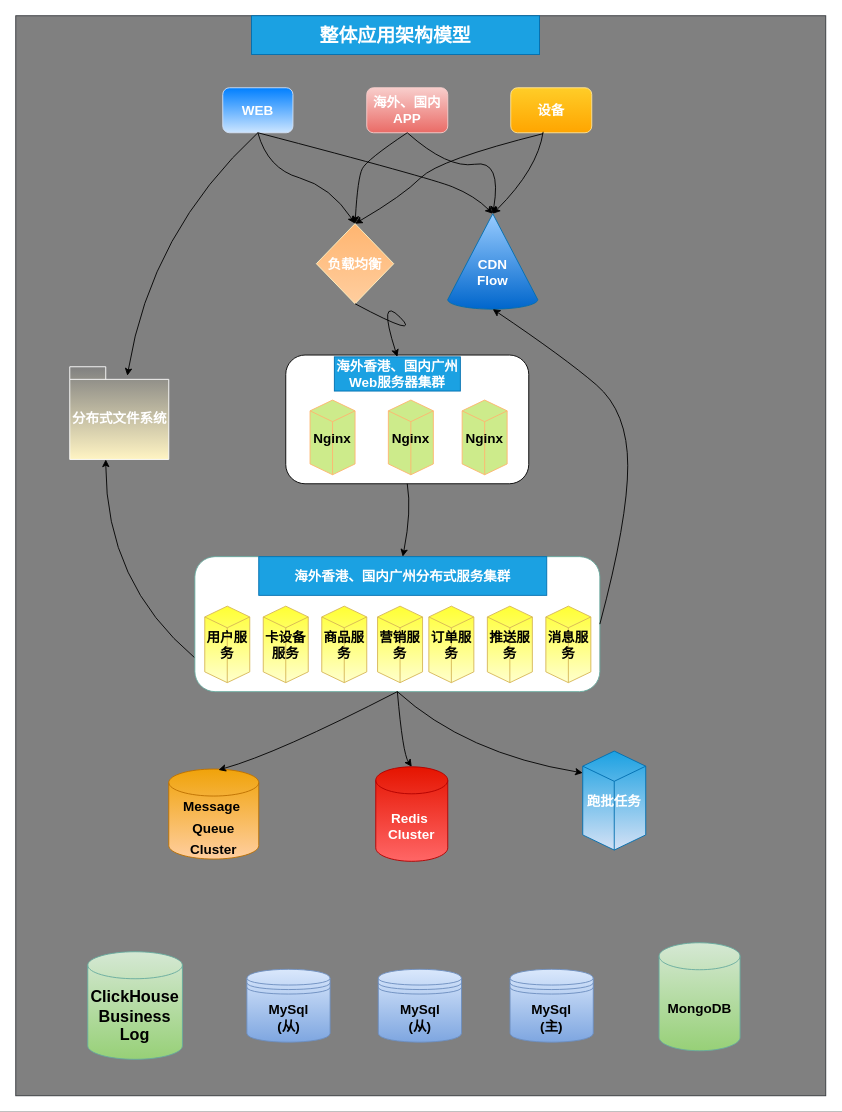
Above: cloudbirds/整体全景应用架构模型3.0.drawio in luoyongshun/framework (draw.io), before the change. Source tidied: cells renumbered, new cells numbered last; positions are measured from the earlier drawing's top-left corner, leaving out a move shared by most shapes. Both pictures are drawn from the tidied source at 90%, with x=0, y=0 at pixel (15, 15).
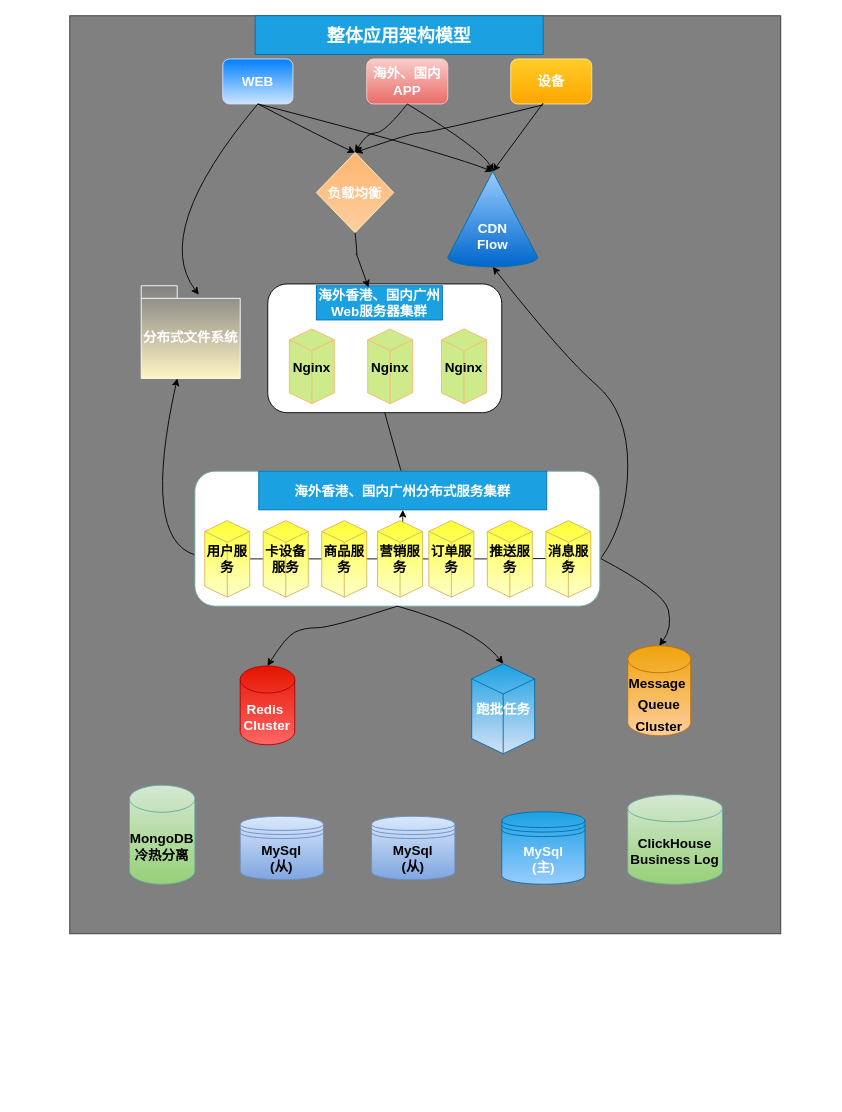
After the change.

Commit message (it also covers changes not shown here):
更新整体全景应用架构模型3.0.drawio

Change to the diagram source:
```diff
@@
     <mxCell id="2" style="rounded=0;whiteSpace=wrap;html=1;fillColor=#808080;strokeColor=#36393d;" parent="1" vertex="1">
-      <mxGeometry width="900" height="1200" as="geometry" />
+      <mxGeometry x="60" width="790" height="1020" as="geometry" />
     </mxCell>
     <mxCell id="3" value="海外、国内APP" style="rounded=1;whiteSpace=wrap;html=1;fillColor=#f8cecc;gradientColor=#ea6b66;strokeColor=#F8CECC;fontStyle=1;fontSize=15;fontColor=#FFFFFF;" parent="1" vertex="1">
-      <mxGeometry x="390" y="80" width="90" height="50" as="geometry" />
+      <mxGeometry x="390" y="48" width="90" height="50" as="geometry" />
     </mxCell>
     <mxCell id="4" value="WEB" style="rounded=1;whiteSpace=wrap;html=1;fillColor=#007FFF;gradientColor=#CCE5FF;strokeColor=#D4E1F5;fontStyle=1;fontSize=15;fontColor=#FFFFFF;" parent="1" vertex="1">
-      <mxGeometry x="230" y="80" width="78" height="50" as="geometry" />
+      <mxGeometry x="230" y="48" width="78" height="50" as="geometry" />
     </mxCell>
-    <mxCell id="5" value="&lt;font size=&quot;1&quot; color=&quot;#ffffff&quot;&gt;&lt;b style=&quot;font-size: 15px;&quot;&gt;负载均衡&lt;/b&gt;&lt;/font&gt;" style="rhombus;whiteSpace=wrap;html=1;fillColor=#FFB570;gradientColor=#FFCE9F;strokeColor=#FFF4C3;" parent="1" vertex="1">
-      <mxGeometry x="334" y="231" width="86" height="89" as="geometry" />
+    <mxCell id="5" value="&lt;font color=&quot;#ffffff&quot; style=&quot;font-size: 15px;&quot;&gt;&lt;b style=&quot;font-size: 15px;&quot;&gt;负载均衡&lt;/b&gt;&lt;/font&gt;" style="rhombus;whiteSpace=wrap;html=1;fillColor=#FFB570;gradientColor=#FFCE9F;strokeColor=#FFF4C3;fontSize=15;" parent="1" vertex="1">
+      <mxGeometry x="334" y="152" width="86" height="89" as="geometry" />
     </mxCell>
     <mxCell id="6" style="rounded=1;whiteSpace=wrap;html=1;fontColor=#FFFFFF;fillColor=#FFFFFF;" parent="1" vertex="1">
-      <mxGeometry x="300" y="377" width="270" height="143" as="geometry" />
+      <mxGeometry x="280" y="298" width="260" height="143" as="geometry" />
     </mxCell>
     <mxCell id="7" value="&lt;font style=&quot;font-size: 15px;&quot;&gt;海外香港、国内广州Web服务器集群&lt;/font&gt;" style="text;html=1;strokeColor=#006EAF;fillColor=#1ba1e2;align=center;verticalAlign=middle;whiteSpace=wrap;rounded=0;fontColor=#ffffff;fontStyle=1;" parent="1" vertex="1">
-      <mxGeometry x="354" y="379" width="140" height="38" as="geometry" />
+      <mxGeometry x="334" y="300" width="140" height="38" as="geometry" />
     </mxCell>
     <mxCell id="8" value="Nginx" style="html=1;whiteSpace=wrap;shape=isoCube2;backgroundOutline=1;isoAngle=15;fontSize=15;fillColor=#cdeb8b;strokeColor=#FFB570;fontStyle=1;" parent="1" vertex="1">
-      <mxGeometry x="327" y="427" width="50" height="83" as="geometry" />
+      <mxGeometry x="304" y="348" width="50" height="83" as="geometry" />
     </mxCell>
     <mxCell id="9" value="Nginx" style="html=1;whiteSpace=wrap;shape=isoCube2;backgroundOutline=1;isoAngle=15;fontSize=15;fillColor=#cdeb8b;strokeColor=#FFB570;fontStyle=1;" parent="1" vertex="1">
-      <mxGeometry x="496" y="427" width="50" height="83" as="geometry" />
+      <mxGeometry x="473" y="348" width="50" height="83" as="geometry" />
     </mxCell>
@@
-    <mxCell id="11" style="curved=1;endArrow=classic;html=1;rounded=0;fontSize=15;fontColor=#000000;entryX=0.364;entryY=1;entryDx=0;entryDy=0;entryPerimeter=0;exitX=0;exitY=0.75;exitDx=0;exitDy=0;" parent="1" edge="1" source="12" target="35">
+    <mxCell id="11" style="curved=1;endArrow=classic;html=1;rounded=0;fontSize=15;fontColor=#000000;entryX=0.364;entryY=1;entryDx=0;entryDy=0;entryPerimeter=0;exitX=0;exitY=0.62;exitDx=0;exitDy=0;exitPerimeter=0;" parent="1" edge="1" source="12" target="35">
       <mxGeometry relative="1" as="geometry">
         <Array as="points">
-          <mxPoint x="100" y="630" />
+          <mxPoint x="140" y="581" />
         </Array>
       </mxGeometry>
     </mxCell>
     <mxCell id="12" style="rounded=1;whiteSpace=wrap;html=1;strokeColor=#67AB9F;fontSize=15;fontColor=#000000;fillColor=#FFFFFF;" parent="1" vertex="1">
-      <mxGeometry x="199" y="601" width="450" height="150" as="geometry" />
+      <mxGeometry x="199" y="506" width="450" height="150" as="geometry" />
     </mxCell>
     <mxCell id="13" value="海外香港、国内广州分布式服务集群" style="text;html=1;strokeColor=#006EAF;fillColor=#1ba1e2;align=center;verticalAlign=middle;whiteSpace=wrap;rounded=0;fontSize=15;fontColor=#ffffff;fontStyle=1;" parent="1" vertex="1">
-      <mxGeometry x="270" y="601" width="320" height="43" as="geometry" />
+      <mxGeometry x="270" y="506" width="320" height="43" as="geometry" />
     </mxCell>
+    <mxCell id="47" style="edgeStyle=orthogonalEdgeStyle;rounded=0;jettySize=auto;html=1;fontSize=15;fontColor=#FFFFFF;" parent="1" edge="1" source="14" target="13">
+      <mxGeometry relative="1" as="geometry" />
+    </mxCell>
     <mxCell id="14" value="用户服务" style="html=1;whiteSpace=wrap;shape=isoCube2;backgroundOutline=1;isoAngle=15;fontSize=15;fillColor=#FFFF33;strokeColor=#d6b656;fontStyle=1;gradientColor=#FFFFCC;" parent="1" vertex="1">
-      <mxGeometry x="210" y="656" width="50" height="85" as="geometry" />
+      <mxGeometry x="210" y="561" width="50" height="85" as="geometry" />
     </mxCell>
     <mxCell id="15" value="卡设备服务" style="html=1;whiteSpace=wrap;shape=isoCube2;backgroundOutline=1;isoAngle=15;fontSize=15;fillColor=#FFFF33;strokeColor=#d6b656;fontStyle=1;gradientColor=#FFFFCC;" parent="1" vertex="1">
-      <mxGeometry x="275" y="656" width="50" height="85" as="geometry" />
+      <mxGeometry x="275" y="561" width="50" height="85" as="geometry" />
     </mxCell>
     <mxCell id="16" value="商品服务" style="html=1;whiteSpace=wrap;shape=isoCube2;backgroundOutline=1;isoAngle=15;fontSize=15;fillColor=#FFFF33;strokeColor=#d6b656;fontStyle=1;gradientColor=#FFFFCC;" parent="1" vertex="1">
-      <mxGeometry x="340" y="656" width="50" height="85" as="geometry" />
+      <mxGeometry x="340" y="561" width="50" height="85" as="geometry" />
     </mxCell>
+    <mxCell id="48" style="edgeStyle=orthogonalEdgeStyle;rounded=0;jettySize=auto;html=1;fontSize=15;fontColor=#FFFFFF;entryX=0.5;entryY=0.494;entryDx=0;entryDy=0;entryPerimeter=0;" parent="1" edge="1" source="17" target="20">
+      <mxGeometry relative="1" as="geometry" />
+    </mxCell>
     <mxCell id="17" value="营销服务" style="html=1;whiteSpace=wrap;shape=isoCube2;backgroundOutline=1;isoAngle=15;fontSize=15;fillColor=#FFFF33;strokeColor=#d6b656;fontStyle=1;gradientColor=#FFFFCC;" parent="1" vertex="1">
-      <mxGeometry x="402" y="656" width="50" height="85" as="geometry" />
+      <mxGeometry x="402" y="561" width="50" height="85" as="geometry" />
     </mxCell>
     <mxCell id="18" value="订单服务" style="html=1;whiteSpace=wrap;shape=isoCube2;backgroundOutline=1;isoAngle=15;fontSize=15;fillColor=#FFFF33;strokeColor=#d6b656;fontStyle=1;gradientColor=#FFFFCC;" parent="1" vertex="1">
-      <mxGeometry x="459" y="656" width="50" height="85" as="geometry" />
+      <mxGeometry x="459" y="561" width="50" height="85" as="geometry" />
     </mxCell>
     <mxCell id="19" value="推送服务" style="html=1;whiteSpace=wrap;shape=isoCube2;backgroundOutline=1;isoAngle=15;fontSize=15;fillColor=#FFFF33;strokeColor=#d6b656;fontStyle=1;gradientColor=#FFFFCC;" parent="1" vertex="1">
-      <mxGeometry x="524" y="656" width="50" height="85" as="geometry" />
+      <mxGeometry x="524" y="561" width="50" height="85" as="geometry" />
     </mxCell>
     <mxCell id="20" value="消息服务" style="html=1;whiteSpace=wrap;shape=isoCube2;backgroundOutline=1;isoAngle=15;fontSize=15;fillColor=#FFFF33;strokeColor=#d6b656;fontStyle=1;gradientColor=#FFFFCC;" parent="1" vertex="1">
-      <mxGeometry x="589" y="656" width="50" height="85" as="geometry" />
+      <mxGeometry x="589" y="561" width="50" height="85" as="geometry" />
     </mxCell>
     <mxCell id="21" value="MySql&lt;br&gt;(从)" style="shape=datastore;whiteSpace=wrap;html=1;strokeColor=#6c8ebf;fontSize=15;fillColor=#dae8fc;gradientColor=#7ea6e0;fontStyle=1;" parent="1" vertex="1">
-      <mxGeometry x="256.8" y="1059.5" width="92.5" height="81" as="geometry" />
+      <mxGeometry x="249.4" y="889.5" width="92.5" height="70.5" as="geometry" />
     </mxCell>
-    <mxCell id="22" value="MongoDB" style="shape=cylinder3;whiteSpace=wrap;html=1;boundedLbl=1;backgroundOutline=1;size=15;fontSize=15;fillColor=#d5e8d4;strokeColor=#67AB9F;gradientColor=#97d077;fontStyle=1;" parent="1" vertex="1">
-      <mxGeometry x="714.8" y="1030" width="90" height="120" as="geometry" />
+    <mxCell id="22" value="MongoDB&lt;br&gt;冷热分离" style="shape=cylinder3;whiteSpace=wrap;html=1;boundedLbl=1;backgroundOutline=1;size=15;fontSize=15;fillColor=#d5e8d4;strokeColor=#67AB9F;gradientColor=#97d077;fontStyle=1;" parent="1" vertex="1">
+      <mxGeometry x="126.4" y="855" width="72.6" height="110" as="geometry" />
     </mxCell>
     <mxCell id="23" value="&lt;font style=&quot;font-size: 15px;&quot;&gt;跑批任务&lt;/font&gt;" style="html=1;whiteSpace=wrap;shape=isoCube2;backgroundOutline=1;isoAngle=15;fontSize=15;fillColor=#1ba1e2;strokeColor=#006EAF;fontStyle=1;fontColor=#ffffff;gradientColor=#D4E1F5;" parent="1" vertex="1">
-      <mxGeometry x="630" y="817" width="70" height="110" as="geometry" />
+      <mxGeometry x="506.6" y="720" width="70" height="100" as="geometry" />
     </mxCell>
-    <mxCell id="24" value="&lt;font style=&quot;font-size: 18px;&quot;&gt;ClickHouse&lt;br&gt;Business Log&lt;/font&gt;" style="shape=cylinder3;whiteSpace=wrap;html=1;boundedLbl=1;backgroundOutline=1;size=15;fontSize=15;fillColor=#d5e8d4;strokeColor=#67AB9F;gradientColor=#97d077;fontStyle=1;" parent="1" vertex="1">
-      <mxGeometry x="80" y="1040" width="105.2" height="119.5" as="geometry" />
+    <mxCell id="24" value="&lt;font style=&quot;font-size: 15px;&quot;&gt;ClickHouse&lt;br&gt;Business Log&lt;/font&gt;" style="shape=cylinder3;whiteSpace=wrap;html=1;boundedLbl=1;backgroundOutline=1;size=15;fontSize=15;fillColor=#d5e8d4;strokeColor=#67AB9F;gradientColor=#97d077;fontStyle=1;" parent="1" vertex="1">
+      <mxGeometry x="680" y="865.5" width="105.2" height="99.5" as="geometry" />
     </mxCell>
     <mxCell id="25" value="&lt;font style=&quot;font-size: 15px;&quot;&gt;&lt;span style=&quot;font-size: 15px;&quot;&gt;设备&lt;/span&gt;&lt;/font&gt;" style="rounded=1;whiteSpace=wrap;html=1;fillColor=#ffcd28;gradientColor=#ffa500;strokeColor=#FFE599;fontStyle=1;fontSize=15;fontColor=#FFFFFF;" parent="1" vertex="1">
-      <mxGeometry x="550" y="80" width="90" height="50" as="geometry" />
+      <mxGeometry x="550" y="48" width="90" height="50" as="geometry" />
     </mxCell>
     <mxCell id="26" value="MySql&lt;br style=&quot;border-color: var(--border-color);&quot;&gt;(从)" style="shape=datastore;whiteSpace=wrap;html=1;strokeColor=#6c8ebf;fontSize=15;fillColor=#dae8fc;gradientColor=#7ea6e0;fontStyle=1;" parent="1" vertex="1">
-      <mxGeometry x="402.8" y="1059.5" width="92.5" height="81" as="geometry" />
+      <mxGeometry x="395.4" y="889.5" width="92.5" height="70.5" as="geometry" />
     </mxCell>
-    <mxCell id="27" value="MySql&lt;br style=&quot;border-color: var(--border-color);&quot;&gt;(主)" style="shape=datastore;whiteSpace=wrap;html=1;strokeColor=#6c8ebf;fontSize=15;fillColor=#dae8fc;gradientColor=#7ea6e0;fontStyle=1;" parent="1" vertex="1">
-      <mxGeometry x="549.2" y="1059.5" width="92.5" height="81" as="geometry" />
+    <mxCell id="27" value="MySql&lt;br style=&quot;border-color: var(--border-color);&quot;&gt;(主)" style="shape=datastore;whiteSpace=wrap;html=1;strokeColor=#006EAF;fontSize=15;fillColor=#1ba1e2;fontStyle=1;fontColor=#ffffff;gradientColor=#99CCFF;" parent="1" vertex="1">
+      <mxGeometry x="540" y="884.5" width="92.5" height="80.5" as="geometry" />
     </mxCell>
     <mxCell id="28" value="Nginx" style="html=1;whiteSpace=wrap;shape=isoCube2;backgroundOutline=1;isoAngle=15;fontSize=15;fillColor=#cdeb8b;strokeColor=#FFB570;fontStyle=1;" parent="1" vertex="1">
-      <mxGeometry x="414" y="427" width="50" height="83" as="geometry" />
+      <mxGeometry x="391" y="348" width="50" height="83" as="geometry" />
     </mxCell>
-    <mxCell id="29" value="&lt;font style=&quot;font-size: 21px;&quot;&gt;整体应用&lt;font style=&quot;font-size: 21px;&quot;&gt;架构&lt;/font&gt;模型&lt;/font&gt;" style="text;html=1;strokeColor=#006EAF;fillColor=#1ba1e2;align=center;verticalAlign=middle;whiteSpace=wrap;rounded=0;fontSize=15;fontColor=#ffffff;fontStyle=1;" parent="1" vertex="1">
-      <mxGeometry x="262" width="320" height="43" as="geometry" />
+    <mxCell id="29" value="&lt;font style=&quot;font-size: 20px;&quot;&gt;整体应用&lt;font style=&quot;font-size: 20px;&quot;&gt;架构&lt;/font&gt;模型&lt;/font&gt;" style="text;html=1;strokeColor=#006EAF;fillColor=#1ba1e2;align=center;verticalAlign=middle;whiteSpace=wrap;rounded=0;fontSize=15;fontColor=#ffffff;fontStyle=1;" parent="1" vertex="1">
+      <mxGeometry x="266" width="320" height="43" as="geometry" />
     </mxCell>
@@
     <mxCell id="31" value="&lt;font style=&quot;font-size: 15px;&quot;&gt;Message&amp;nbsp;&lt;br style=&quot;&quot;&gt;Queue&lt;br style=&quot;&quot;&gt;Cluster&lt;/font&gt;" style="shape=cylinder3;whiteSpace=wrap;html=1;boundedLbl=1;backgroundOutline=1;size=15;fontSize=20;fillColor=#f0a30a;strokeColor=#BD7000;fontStyle=1;fontColor=#000000;gradientColor=#FFCE9F;" parent="1" vertex="1">
-      <mxGeometry x="170" y="837" width="100" height="100" as="geometry" />
+      <mxGeometry x="680" y="700" width="70" height="100" as="geometry" />
     </mxCell>
     <mxCell id="32" value="&lt;font style=&quot;font-size: 15px;&quot;&gt;&lt;span style=&quot;&quot;&gt;Redis&amp;nbsp;&lt;/span&gt;&lt;br&gt;&lt;font style=&quot;font-size: 15px;&quot;&gt;Cluster&lt;/font&gt;&lt;/font&gt;" style="shape=cylinder3;whiteSpace=wrap;html=1;boundedLbl=1;backgroundOutline=1;size=15;fontSize=15;fillColor=#e51400;strokeColor=#B20000;fontStyle=1;fontColor=#ffffff;gradientColor=#FF6666;" parent="1" vertex="1">
-      <mxGeometry x="400" y="834.5" width="80" height="105" as="geometry" />
+      <mxGeometry x="249.4" y="722.5" width="60.6" height="87.5" as="geometry" />
     </mxCell>
     <mxCell id="33" style="curved=1;endArrow=classic;html=1;rounded=0;fontSize=21;fontColor=#000000;entryX=0.5;entryY=0;entryDx=0;entryDy=0;exitX=0.5;exitY=1;exitDx=0;exitDy=0;" parent="1" edge="1" source="4" target="5">
       <mxGeometry relative="1" as="geometry">
         <Array as="points">
-          <mxPoint x="280" y="170" />
-          <mxPoint x="350" y="190" />
+          <mxPoint x="350" y="140" />
         </Array>
       </mxGeometry>
     </mxCell>
     <mxCell id="34" style="verticalLabelPosition=bottom;verticalAlign=top;html=1;shape=mxgraph.basic.cone2;dx=0.5;dy=0.9;strokeColor=#006EAF;fontSize=15;fillColor=#99CCFF;fontColor=#ffffff;gradientColor=#0066CC;" parent="1" vertex="1">
-      <mxGeometry x="480" y="220" width="100" height="106" as="geometry" />
+      <mxGeometry x="480" y="173" width="100" height="106" as="geometry" />
     </mxCell>
     <mxCell id="35" value="分布式文件系统" style="shape=folder;fontStyle=1;spacingTop=10;tabWidth=40;tabHeight=14;tabPosition=left;html=1;strokeColor=#FFFFFF;fontSize=15;fontColor=#FFFFFF;fillColor=#808080;gradientColor=#FFF4C3;" parent="1" vertex="1">
-      <mxGeometry x="60" y="390" width="110" height="103" as="geometry" />
+      <mxGeometry x="139.4" y="300" width="110" height="103" as="geometry" />
     </mxCell>
-    <mxCell id="36" style="curved=1;endArrow=classic;html=1;rounded=0;fontSize=15;fontColor=#FFFFFF;exitX=0.5;exitY=1;exitDx=0;exitDy=0;entryX=0.5;entryY=0;entryDx=0;entryDy=0;" parent="1" edge="1" source="5" target="7">
-      <mxGeometry relative="1" as="geometry">
-        <Array as="points">
-          <mxPoint x="452" y="360" />
-          <mxPoint x="402" y="310" />
-        </Array>
-      </mxGeometry>
-    </mxCell>
     <mxCell id="37" value="&lt;b&gt;CDN&lt;br&gt;Flow&lt;br&gt;&lt;/b&gt;" style="text;html=1;strokeColor=none;fillColor=none;align=center;verticalAlign=middle;whiteSpace=wrap;rounded=0;fontSize=15;fontColor=#FFFFFF;" parent="1" vertex="1">
-      <mxGeometry x="500" y="270" width="60" height="30" as="geometry" />
+      <mxGeometry x="500" y="230" width="60" height="30" as="geometry" />
     </mxCell>
     <mxCell id="38" style="curved=1;endArrow=classic;html=1;rounded=0;fontSize=15;fontColor=#FFFFFF;exitX=0.5;exitY=1;exitDx=0;exitDy=0;entryX=0;entryY=0;entryDx=50;entryDy=0;entryPerimeter=0;" parent="1" edge="1" source="4" target="34">
       <mxGeometry relative="1" as="geometry">
         <Array as="points">
-          <mxPoint x="460" y="180" />
-          <mxPoint x="510" y="200" />
+          <mxPoint x="470" y="150" />
         </Array>
       </mxGeometry>
     </mxCell>
     <mxCell id="39" style="curved=1;endArrow=classic;html=1;rounded=0;fontSize=15;fontColor=#FFFFFF;exitX=0.5;exitY=1;exitDx=0;exitDy=0;entryX=0;entryY=0;entryDx=50;entryDy=0;entryPerimeter=0;" parent="1" edge="1" source="3" target="34">
       <mxGeometry relative="1" as="geometry">
         <Array as="points">
-          <mxPoint x="480" y="170" />
-          <mxPoint x="540" y="160" />
+          <mxPoint x="520" y="150" />
         </Array>
       </mxGeometry>
     </mxCell>
-    <mxCell id="40" style="curved=1;endArrow=classic;html=1;rounded=0;fontSize=15;fontColor=#FFFFFF;exitX=0.4;exitY=0.98;exitDx=0;exitDy=0;exitPerimeter=0;" parent="1" edge="1" source="25">
-      <mxGeometry relative="1" as="geometry">
-        <mxPoint x="530" y="220" as="targetPoint" />
-        <Array as="points">
-          <mxPoint x="580" y="170" />
-        </Array>
-      </mxGeometry>
+    <mxCell id="40" style="curved=1;endArrow=classic;html=1;rounded=0;fontSize=15;fontColor=#FFFFFF;exitX=0.4;exitY=0.98;exitDx=0;exitDy=0;exitPerimeter=0;entryX=0;entryY=0;entryDx=50;entryDy=0;entryPerimeter=0;" parent="1" edge="1" source="25" target="34">
+      <mxGeometry relative="1" as="geometry" />
     </mxCell>
-    <mxCell id="41" style="curved=1;endArrow=classic;html=1;rounded=0;fontSize=15;fontColor=#FFFFFF;exitX=0.5;exitY=1;exitDx=0;exitDy=0;entryX=0.552;entryY=0.01;entryDx=0;entryDy=0;entryPerimeter=0;" parent="1" edge="1" source="12" target="31">
-      <mxGeometry relative="1" as="geometry">
-        <Array as="points">
-          <mxPoint x="290" y="820" />
-        </Array>
-      </mxGeometry>
-    </mxCell>
     <mxCell id="42" style="curved=1;endArrow=classic;html=1;rounded=0;fontSize=15;fontColor=#FFFFFF;exitX=0.5;exitY=1;exitDx=0;exitDy=0;entryX=0.5;entryY=0;entryDx=0;entryDy=0;entryPerimeter=0;" parent="1" edge="1" source="12" target="32">
       <mxGeometry relative="1" as="geometry">
         <Array as="points">
-          <mxPoint x="430" y="820" />
+          <mxPoint x="350" y="680" />
+          <mxPoint x="320" y="680" />
+          <mxPoint x="300" y="690" />
         </Array>
       </mxGeometry>
     </mxCell>
     <mxCell id="43" style="curved=1;endArrow=classic;html=1;rounded=0;fontSize=15;fontColor=#FFFFFF;exitX=0.5;exitY=1;exitDx=0;exitDy=0;entryX=0.5;entryY=0;entryDx=0;entryDy=0;" parent="1" edge="1" source="3" target="5">
       <mxGeometry relative="1" as="geometry">
         <Array as="points">
-          <mxPoint x="390" y="160" />
-          <mxPoint x="380" y="180" />
+          <mxPoint x="410" y="130" />
+          <mxPoint x="390" y="130" />
         </Array>
       </mxGeometry>
     </mxCell>
     <mxCell id="44" style="curved=1;endArrow=classic;html=1;rounded=0;fontSize=15;fontColor=#FFFFFF;exitX=0.4;exitY=1.02;exitDx=0;exitDy=0;exitPerimeter=0;entryX=0.5;entryY=0;entryDx=0;entryDy=0;" parent="1" edge="1" source="25" target="5">
       <mxGeometry relative="1" as="geometry">
         <Array as="points">
-          <mxPoint x="470" y="160" />
-          <mxPoint x="430" y="200" />
+          <mxPoint x="460" y="130" />
+          <mxPoint x="440" y="130" />
         </Array>
       </mxGeometry>
     </mxCell>
-    <mxCell id="45" style="curved=1;endArrow=classic;html=1;rounded=0;fontSize=15;fontColor=#FFFFFF;exitX=1;exitY=0.5;exitDx=0;exitDy=0;entryX=0;entryY=0;entryDx=50;entryDy=106;entryPerimeter=0;" parent="1" edge="1" source="12" target="34">
+    <mxCell id="45" style="curved=1;endArrow=classic;html=1;rounded=0;fontSize=15;fontColor=#FFFFFF;exitX=1.004;exitY=0.64;exitDx=0;exitDy=0;entryX=0;entryY=0;entryDx=50;entryDy=106;entryPerimeter=0;exitPerimeter=0;" parent="1" edge="1" source="12" target="34">
       <mxGeometry relative="1" as="geometry">
         <Array as="points">
           <mxPoint x="680" y="560" />
           <mxPoint x="680" y="440" />
           <mxPoint x="610" y="380" />
         </Array>
       </mxGeometry>
     </mxCell>
-    <mxCell id="46" style="curved=1;endArrow=classic;html=1;rounded=0;fontSize=15;fontColor=#FFFFFF;exitX=0.5;exitY=1;exitDx=0;exitDy=0;entryX=0;entryY=0;entryDx=0;entryDy=24.247954667091715;entryPerimeter=0;" parent="1" edge="1" source="12" target="23">
+    <mxCell id="46" style="curved=1;endArrow=classic;html=1;rounded=0;fontSize=15;fontColor=#FFFFFF;exitX=0.5;exitY=1;exitDx=0;exitDy=0;entryX=0.5;entryY=0;entryDx=0;entryDy=0;entryPerimeter=0;" parent="1" edge="1" source="12" target="23">
       <mxGeometry relative="1" as="geometry">
         <Array as="points">
-          <mxPoint x="500" y="820" />
+          <mxPoint x="510" y="680" />
         </Array>
       </mxGeometry>
     </mxCell>
+    <mxCell id="41" style="curved=1;endArrow=classic;html=1;rounded=0;fontSize=15;fontColor=#FFFFFF;entryX=0.5;entryY=0;entryDx=0;entryDy=0;entryPerimeter=0;exitX=1.002;exitY=0.647;exitDx=0;exitDy=0;exitPerimeter=0;" parent="1" edge="1" source="12" target="31">
+      <mxGeometry relative="1" as="geometry">
+        <Array as="points">
+          <mxPoint x="720" y="640" />
+          <mxPoint x="730" y="680" />
+        </Array>
+      </mxGeometry>
+    </mxCell>
+    <mxCell id="36" style="curved=1;endArrow=classic;html=1;rounded=0;fontSize=15;fontColor=#FFFFFF;entryX=0.414;entryY=0.053;entryDx=0;entryDy=0;entryPerimeter=0;exitX=0.5;exitY=1;exitDx=0;exitDy=0;" parent="1" edge="1" source="5" target="7">
+      <mxGeometry relative="1" as="geometry">
+        <Array as="points">
+          <mxPoint x="380" y="270" />
+          <mxPoint x="377" y="260" />
+        </Array>
+      </mxGeometry>
+    </mxCell>
```
